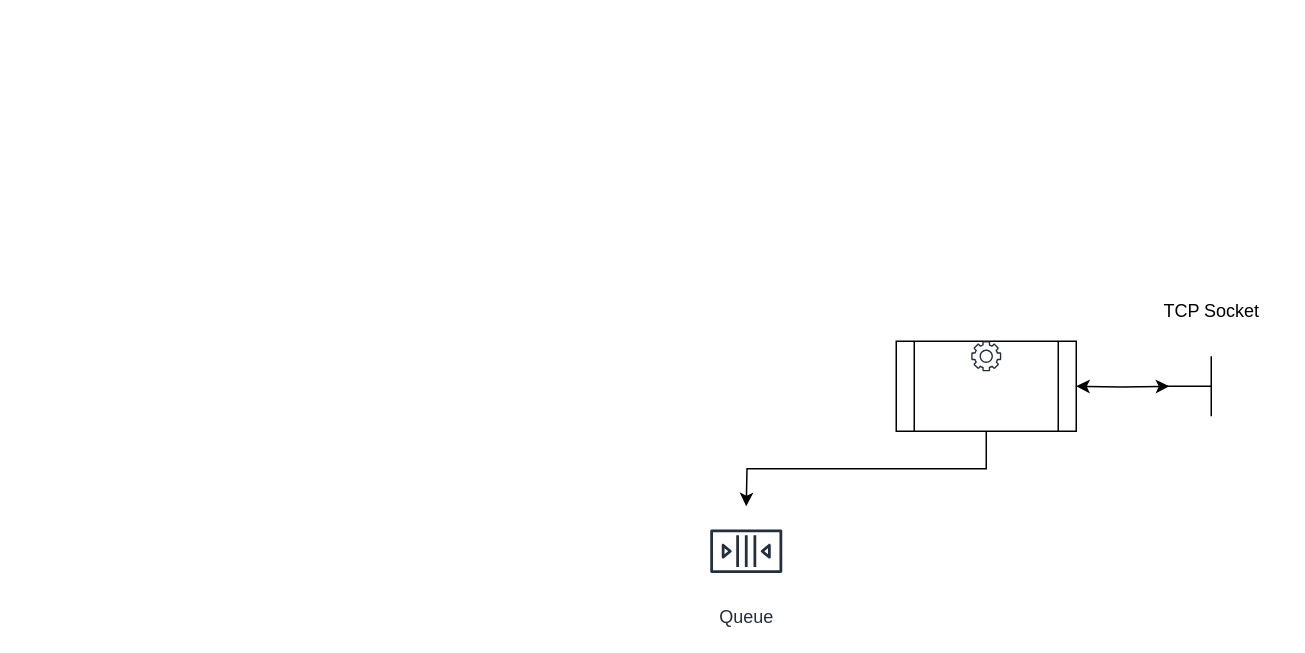
Before: app_design.drawio in SBKubric/tcp-controllable-light, a draw.io diagram. Source tidied: cells renumbered, new cells numbered last; positions are measured from the earlier drawing's top-left corner, leaving out a move shared by most shapes. Both pictures are drawn from the tidied source at 150%, with x=0, y=0 at pixel (700, 288). Pictures stored in the file or linked from it are replaced by grey dashed boxes.
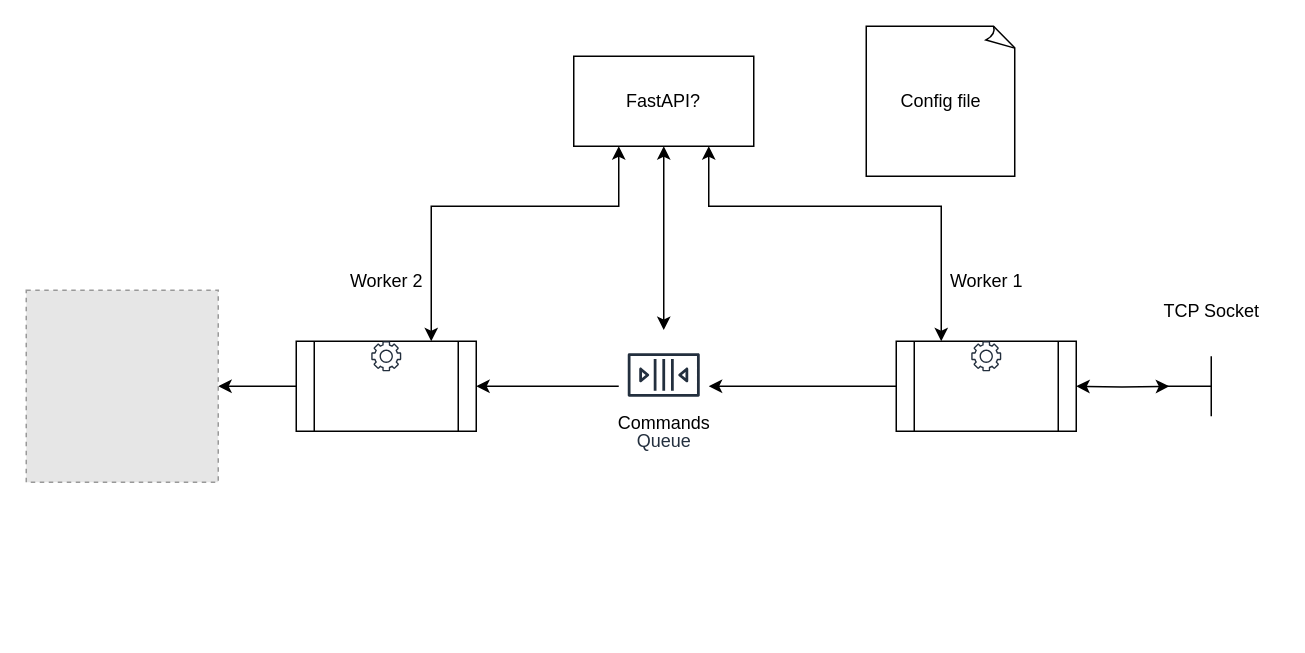
After the change.

The change refers to these unchanged cells:
```xml
<mxCell id="6" style="shape=process;whiteSpace=wrap;html=1;backgroundOutline=1;" parent="1" vertex="1">
  <mxGeometry x="130" y="35" width="120" height="60" as="geometry" />
</mxCell>
```

Change to the diagram source:
```diff
@@
-    <mxCell id="5" style="edgeStyle=orthogonalEdgeStyle;rounded=0;jettySize=auto;html=1;exitX=0.5;exitY=1;exitDx=0;exitDy=0;startArrow=none;startFill=0;endArrow=classic;endFill=1;" parent="1" edge="1" source="6">
+    <mxCell id="5" style="edgeStyle=orthogonalEdgeStyle;rounded=0;jettySize=auto;html=1;exitX=0;exitY=0.5;exitDx=0;exitDy=0;startArrow=none;startFill=0;endArrow=classic;endFill=1;" parent="1" edge="1" source="6" target="7">
       <mxGeometry relative="1" as="geometry">
-        <mxPoint x="30" y="145" as="targetPoint" />
+        <Array as="points">
+          <mxPoint x="70" y="65" />
+          <mxPoint x="70" y="65" />
+        </Array>
       </mxGeometry>
     </mxCell>
@@
     <mxCell id="7" value="Queue" style="sketch=0;outlineConnect=0;fontColor=#232F3E;gradientColor=none;strokeColor=#232F3E;fillColor=#ffffff;dashed=0;verticalLabelPosition=bottom;verticalAlign=top;align=center;html=1;fontSize=12;fontStyle=0;shape=mxgraph.aws4.resourceIcon;resIcon=mxgraph.aws4.queue;" parent="1" vertex="1">
-      <mxGeometry y="145" width="60" height="60" as="geometry" />
+      <mxGeometry x="-55" y="27.5" width="60" height="60" as="geometry" />
     </mxCell>
@@
+    <mxCell id="9" style="edgeStyle=orthogonalEdgeStyle;rounded=0;jettySize=auto;html=1;exitX=1;exitY=0.5;exitDx=0;exitDy=0;startArrow=classic;startFill=1;endArrow=none;endFill=0;" parent="1" edge="1" source="11" target="7">
+      <mxGeometry relative="1" as="geometry">
+        <Array as="points">
+          <mxPoint x="-120" y="65" />
+          <mxPoint x="-120" y="65" />
+        </Array>
+      </mxGeometry>
+    </mxCell>
+    <mxCell id="10" style="edgeStyle=orthogonalEdgeStyle;rounded=0;jettySize=auto;html=1;exitX=0;exitY=0.5;exitDx=0;exitDy=0;entryX=1;entryY=0.5;entryDx=0;entryDy=0;startArrow=none;startFill=0;endArrow=classic;endFill=1;" parent="1" edge="1" source="11" target="16">
+      <mxGeometry relative="1" as="geometry" />
+    </mxCell>
+    <mxCell id="11" style="shape=process;whiteSpace=wrap;html=1;backgroundOutline=1;" parent="1" vertex="1">
+      <mxGeometry x="-270" y="35" width="120" height="60" as="geometry" />
+    </mxCell>
+    <mxCell id="12" style="sketch=0;fontColor=#232F3E;gradientColor=none;fillColor=#232F3D;strokeColor=none;dashed=0;verticalLabelPosition=bottom;verticalAlign=top;align=center;html=1;fontSize=12;fontStyle=0;shape=mxgraph.aws4.gear;" parent="1" vertex="1">
+      <mxGeometry x="-220" y="35" width="20" height="20" as="geometry" />
+    </mxCell>
+    <mxCell id="13" value="Commands" style="text;html=1;align=center;verticalAlign=middle;strokeColor=none;fillColor=none;" parent="1" vertex="1">
+      <mxGeometry x="-65" y="75" width="80" height="30" as="geometry" />
+    </mxCell>
+    <mxCell id="14" value="&lt;div&gt;Worker 1&lt;/div&gt;" style="text;html=1;align=center;verticalAlign=middle;strokeColor=none;fillColor=none;" parent="1" vertex="1">
+      <mxGeometry x="155" y="-20" width="70" height="30" as="geometry" />
+    </mxCell>
+    <mxCell id="15" value="&lt;div&gt;Worker 2&lt;/div&gt;" style="text;html=1;align=center;verticalAlign=middle;strokeColor=none;fillColor=none;" parent="1" vertex="1">
+      <mxGeometry x="-245" y="-20" width="70" height="30" as="geometry" />
+    </mxCell>
+    <mxCell id="16" style="fillColor=#E6E6E6;strokeColor=#999999;dashed=1;html=1;verticalAlign=top;verticalLabelPosition=bottom;labelBackgroundColor=#ffffff;" parent="1" vertex="1">
+      <mxGeometry x="-450" y="1" width="128" height="128" as="geometry" />
+    </mxCell>
+    <mxCell id="17" value="Config file" style="whiteSpace=wrap;html=1;shape=mxgraph.basic.document;" parent="1" vertex="1">
+      <mxGeometry x="110" y="-175" width="100" height="100" as="geometry" />
+    </mxCell>
+    <mxCell id="18" style="edgeStyle=orthogonalEdgeStyle;rounded=0;jettySize=auto;html=1;exitX=0.25;exitY=1;exitDx=0;exitDy=0;startArrow=classic;startFill=1;endArrow=classic;endFill=1;entryX=0.75;entryY=0;entryDx=0;entryDy=0;" parent="1" edge="1" source="21" target="11">
+      <mxGeometry relative="1" as="geometry">
+        <Array as="points">
+          <mxPoint x="-55" y="-55" />
+          <mxPoint x="-180" y="-55" />
+        </Array>
+      </mxGeometry>
+    </mxCell>
+    <mxCell id="19" style="edgeStyle=orthogonalEdgeStyle;rounded=0;jettySize=auto;html=1;exitX=0.75;exitY=1;exitDx=0;exitDy=0;entryX=0.25;entryY=0;entryDx=0;entryDy=0;startArrow=classic;startFill=1;endArrow=classic;endFill=1;" parent="1" edge="1" source="21" target="6">
+      <mxGeometry relative="1" as="geometry">
+        <Array as="points">
+          <mxPoint x="5" y="-55" />
+          <mxPoint x="160" y="-55" />
+        </Array>
+      </mxGeometry>
+    </mxCell>
+    <mxCell id="20" style="edgeStyle=orthogonalEdgeStyle;rounded=0;jettySize=auto;html=1;exitX=0.5;exitY=1;exitDx=0;exitDy=0;startArrow=classic;startFill=1;endArrow=classic;endFill=1;" parent="1" edge="1" source="21" target="7">
+      <mxGeometry relative="1" as="geometry" />
+    </mxCell>
+    <mxCell id="21" value="FastAPI?" style="rounded=0;whiteSpace=wrap;html=1;" parent="1" vertex="1">
+      <mxGeometry x="-85" y="-155" width="120" height="60" as="geometry" />
+    </mxCell>
```
